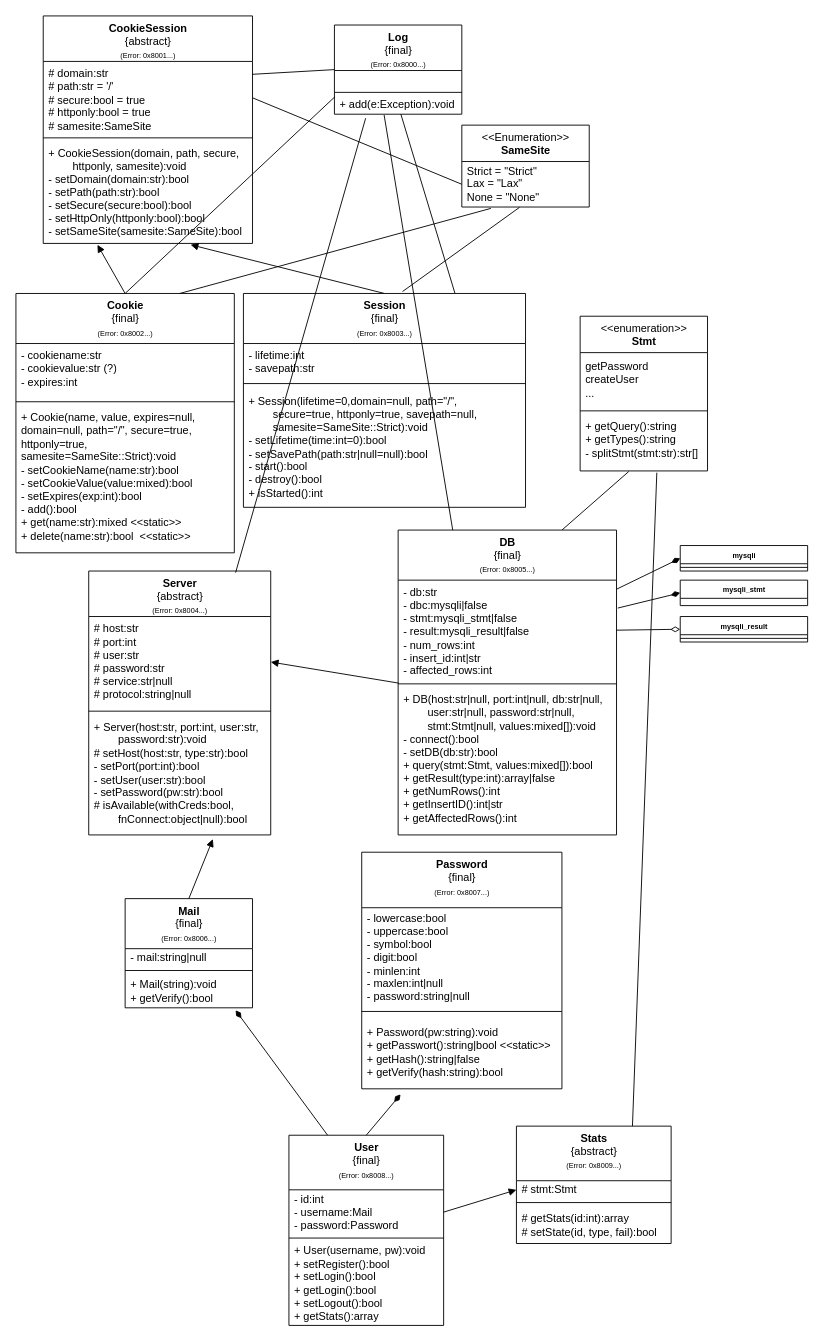
1DeliDolu/PHP keeps this draw.io diagram as page "ClassDiagram" (1 of 6) of project/_doku/uml.drawio. Above is the earlier version. Source tidied: cells renumbered, new cells numbered last; positions are measured from the earlier drawing's top-left corner, leaving out a move shared by most shapes. Both pictures are drawn from the tidied source at 91%, with x=0, y=0 at pixel (15, 15).
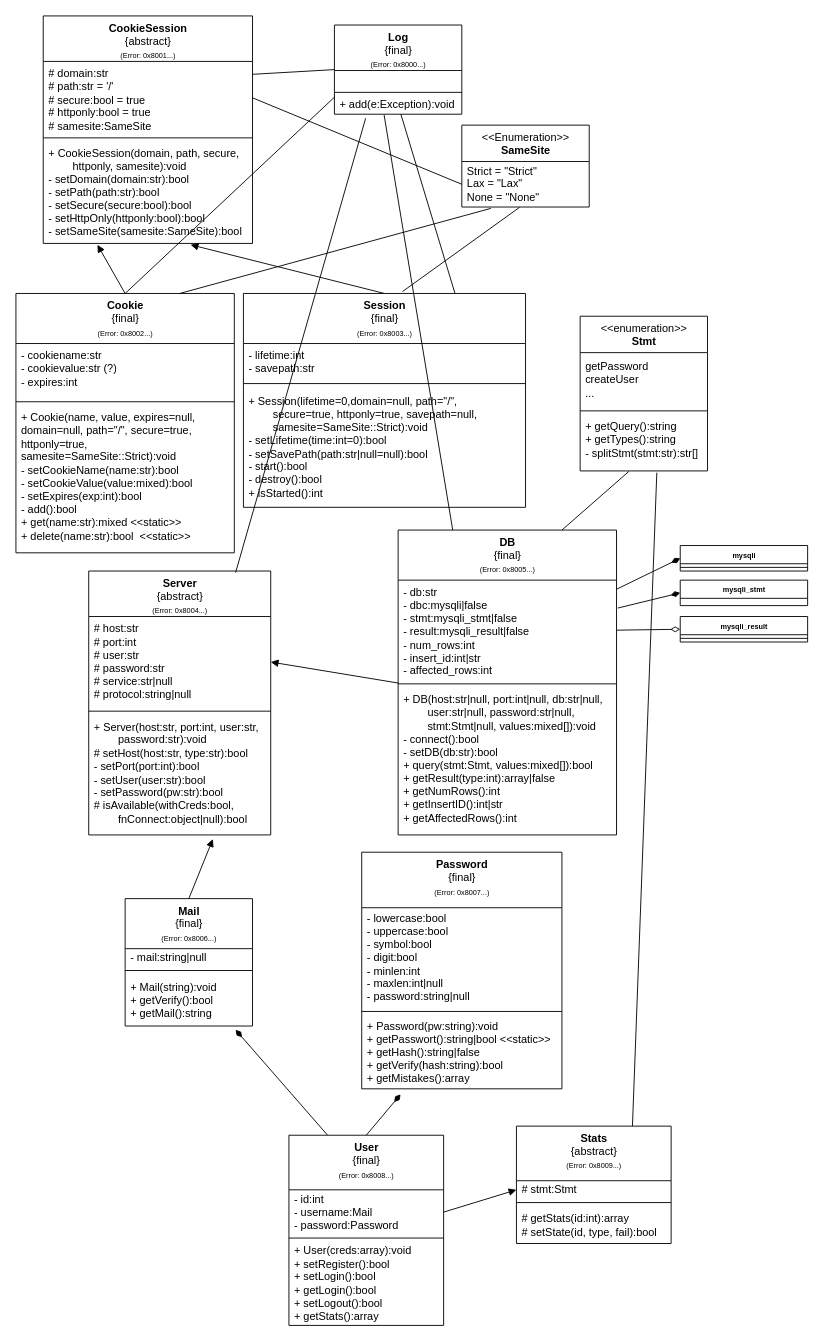
Above is the later version.

Unchanged cells that the change refers to:
```xml
<mxCell id="52" value="&lt;b&gt;Password&lt;/b&gt;&lt;br&gt;{final}&lt;br&gt;&lt;span style=&quot;font-size: 8px;&quot;&gt;(Error: 0x8007...)&lt;/span&gt;" style="swimlane;fontStyle=0;align=center;verticalAlign=top;horizontal=1;startSize=61;html=1;fontSize=12;" parent="1" vertex="1">
  <mxGeometry x="380" y="919" width="220" height="260" as="geometry" />
</mxCell>
<mxCell id="65" value="&lt;b&gt;User&lt;/b&gt;&lt;br&gt;{final}&lt;br&gt;&lt;span style=&quot;font-size: 8px;&quot;&gt;(Error: 0x8008...)&lt;/span&gt;" style="swimlane;fontStyle=0;align=center;verticalAlign=top;horizontal=1;startSize=60;html=1;fontSize=12;" parent="1" vertex="1">
  <mxGeometry x="300" y="1230" width="170" height="209" as="geometry" />
</mxCell>
```

Diff of the diagram source:
```diff
@@
-    <mxCell id="55" value="+ Password(pw:string):void&lt;br&gt;+ getPasswort():string|bool &amp;lt;&amp;lt;static&amp;gt;&amp;gt;&lt;br&gt;+ getHash():string|false&lt;br&gt;+ getVerify(hash:string):bool" style="text;html=1;strokeColor=none;fillColor=none;align=left;verticalAlign=middle;spacingLeft=4;spacingRight=4;overflow=hidden;points=[[0,0.5],[1,0.5]];portConstraint=eastwest;fontSize=12;" parent="52" vertex="1">
+    <mxCell id="55" value="+ Password(pw:string):void&lt;br&gt;+ getPasswort():string|bool &amp;lt;&amp;lt;static&amp;gt;&amp;gt;&lt;br&gt;+ getHash():string|false&lt;br&gt;+ getVerify(hash:string):bool&lt;br&gt;+ getMistakes():array" style="text;html=1;strokeColor=none;fillColor=none;align=left;verticalAlign=middle;spacingLeft=4;spacingRight=4;overflow=hidden;points=[[0,0.5],[1,0.5]];portConstraint=eastwest;fontSize=12;" parent="52" vertex="1">
       <mxGeometry y="179" width="220" height="81" as="geometry" />
     </mxCell>
     <mxCell id="56" value="&lt;b&gt;Mail&lt;/b&gt;&lt;br&gt;{final}&lt;br&gt;&lt;span style=&quot;font-size: 8px;&quot;&gt;(Error: 0x8006...)&lt;/span&gt;" style="swimlane;fontStyle=0;align=center;verticalAlign=top;horizontal=1;startSize=55;html=1;fontSize=12;" parent="1" vertex="1">
-      <mxGeometry x="120" y="970" width="140" height="120" as="geometry" />
+      <mxGeometry x="120" y="970" width="140" height="140" as="geometry" />
     </mxCell>
@@
-    <mxCell id="59" value="+ Mail(string):void&lt;br&gt;+ getVerify():bool" style="text;html=1;strokeColor=none;fillColor=none;align=left;verticalAlign=middle;spacingLeft=4;spacingRight=4;overflow=hidden;points=[[0,0.5],[1,0.5]];portConstraint=eastwest;fontSize=12;" parent="56" vertex="1">
-      <mxGeometry y="83" width="140" height="37" as="geometry" />
+    <mxCell id="59" value="+ Mail(string):void&lt;br&gt;+ getVerify():bool&lt;br&gt;+ getMail():string" style="text;html=1;strokeColor=none;fillColor=none;align=left;verticalAlign=middle;spacingLeft=4;spacingRight=4;overflow=hidden;points=[[0,0.5],[1,0.5]];portConstraint=eastwest;fontSize=12;" parent="56" vertex="1">
+      <mxGeometry y="83" width="140" height="57" as="geometry" />
     </mxCell>
@@
-    <mxCell id="68" value="+ User(username, pw):void&lt;br&gt;+ setRegister():bool&lt;br&gt;+ setLogin():bool&lt;br&gt;+ getLogin():bool&lt;br&gt;+ setLogout():bool&lt;br&gt;+ getStats():array" style="text;html=1;strokeColor=none;fillColor=none;align=left;verticalAlign=middle;spacingLeft=4;spacingRight=4;overflow=hidden;fontSize=12;" parent="65" vertex="1">
+    <mxCell id="68" value="+ User(creds:array):void&lt;br&gt;+ setRegister():bool&lt;br&gt;+ setLogin():bool&lt;br&gt;+ getLogin():bool&lt;br&gt;+ setLogout():bool&lt;br&gt;+ getStats():array" style="text;html=1;strokeColor=none;fillColor=none;align=left;verticalAlign=middle;spacingLeft=4;spacingRight=4;overflow=hidden;fontSize=12;" parent="65" vertex="1">
       <mxGeometry y="117" width="170" height="92" as="geometry" />
     </mxCell>
```
